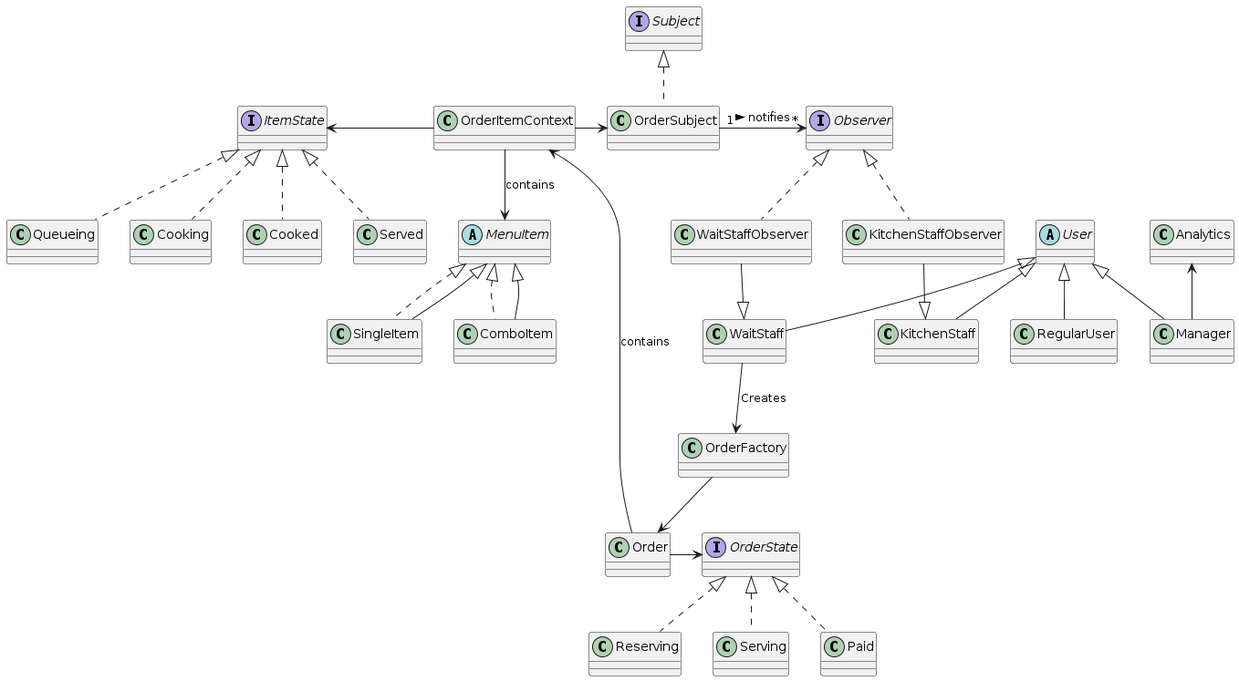
newbee1905/resturant-automate keeps this PlantUML diagram as design.png. Above is the earlier version. Source of this version:
```plantuml
@startuml
interface Observer {
}

interface Subject {
}

class WaitStaffObserver implements Observer {
}

class KitchenStaffObserver implements Observer {
}

class OrderSubject implements Subject {
}

interface ItemState {
}

class Queueing implements ItemState {
}

class Cooking implements ItemState {
}

class Cooked implements ItemState {
}

class Served implements ItemState {
}

class OrderItemContext {
}

abstract MenuItem {
}

class SingleItem implements MenuItem {
}

class ComboItem implements MenuItem {
}

abstract class User {
}

class KitchenStaff {
}

class WaitStaff {
}

class Manager {
}

class RegularUser {
}

WaitStaffObserver -down-|> WaitStaff
KitchenStaffObserver -down-|> KitchenStaff

OrderItemContext -left-> ItemState
OrderItemContext -right-> OrderSubject
OrderItemContext --> MenuItem : contains

MenuItem <|-- SingleItem
MenuItem <|-- ComboItem

OrderSubject "1" -right-> "*" Observer : notifies >

User <|-- WaitStaff
User <|-- KitchenStaff
User <|-- Manager
User <|-- RegularUser

class Analytics {
}

Analytics <-down- Manager

class OrderFactory {
}

OrderFactory --> Order

WaitStaff --> OrderFactory : Creates

Order -> OrderItemContext : contains

interface OrderState {
}

class Reserving implements OrderState {
}

class Serving implements OrderState {
}

class Paid implements OrderState {
}

Order -> OrderState
@enduml
```
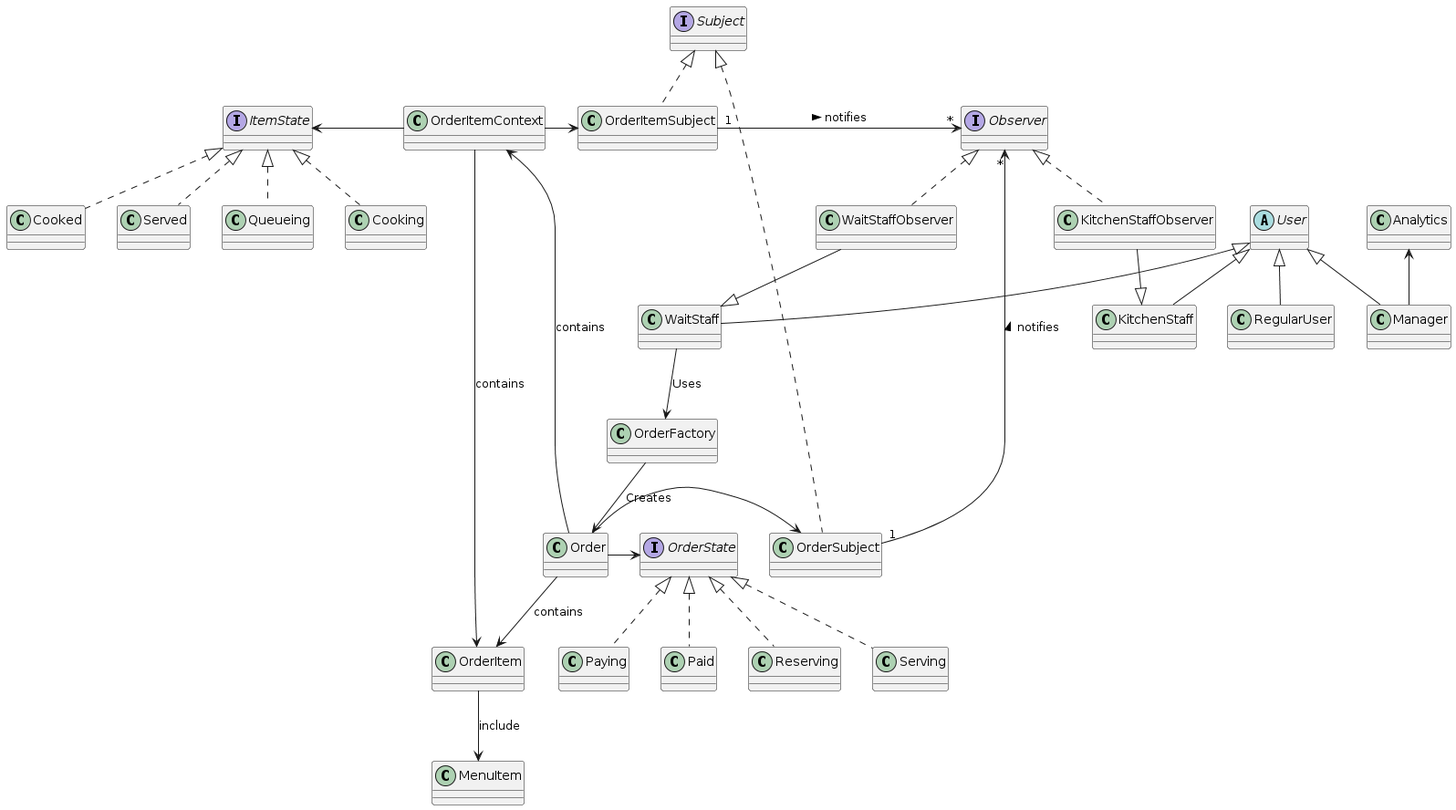
After the commit.

Commit message:
feat: add order_item and order table

The edit, as a diff of the source:
```diff
@@ -12,6 +12,9 @@
 }
 
 class OrderSubject implements Subject {
+}
+
+class OrderItemSubject implements Subject {
 }
 
 interface ItemState {
@@ -32,16 +35,10 @@
 class OrderItemContext {
 }
 
-abstract MenuItem {
+class MenuItem {
 }
 
-class SingleItem implements MenuItem {
-}
-
-class ComboItem implements MenuItem {
-}
-
-abstract class User {
+abstract User {
 }
 
 class KitchenStaff {
@@ -60,13 +57,16 @@
 KitchenStaffObserver -down-|> KitchenStaff
 
 OrderItemContext -left-> ItemState
-OrderItemContext -right-> OrderSubject
-OrderItemContext --> MenuItem : contains
+OrderItemContext -right-> OrderItemSubject
+OrderItemContext --> OrderItem: contains
+OrderItem --> MenuItem : include
 
-MenuItem <|-- SingleItem
-MenuItem <|-- ComboItem
+Order --> OrderItem : contains
 
-OrderSubject "1" -right-> "*" Observer : notifies >
+Order -right-> OrderSubject
+
+OrderSubject "1" -down-> "*" Observer : notifies >
+OrderItemSubject "1" -right-> "*" Observer : notifies >
 
 User <|-- WaitStaff
 User <|-- KitchenStaff
@@ -81,9 +81,9 @@
 class OrderFactory {
 }
 
-OrderFactory --> Order
+OrderFactory --> Order : Creates
 
-WaitStaff --> OrderFactory : Creates
+WaitStaff --> OrderFactory : Uses
 
 Order -> OrderItemContext : contains
 
@@ -96,6 +96,9 @@
 class Serving implements OrderState {
 }
 
+class Paying implements OrderState {
+}
+
 class Paid implements OrderState {
 }
 
```
